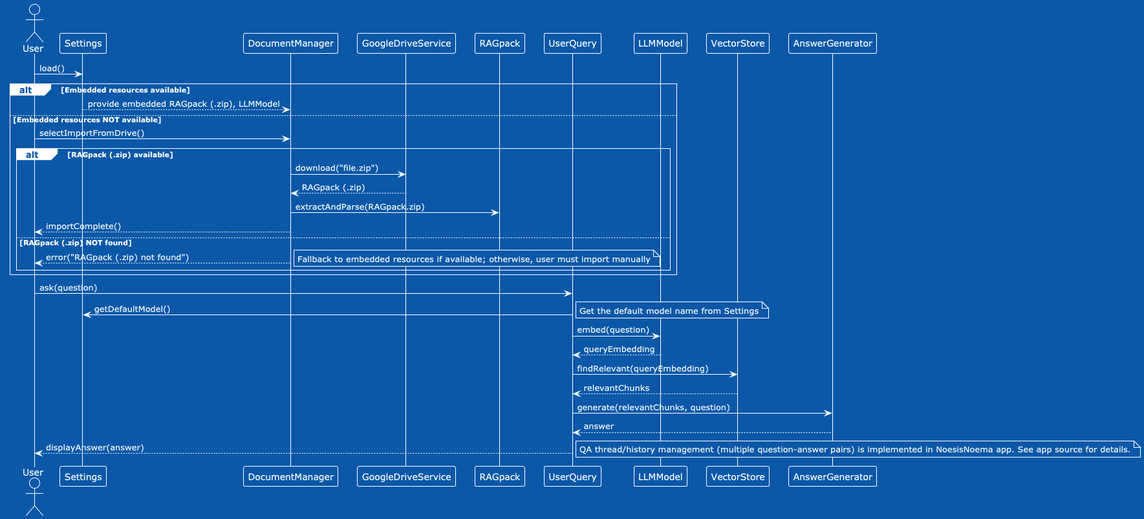
This is docs/assets/SequenceDiagram.png from raskolnikoff/RAGfish, a PlantUML export, as it was before one commit.
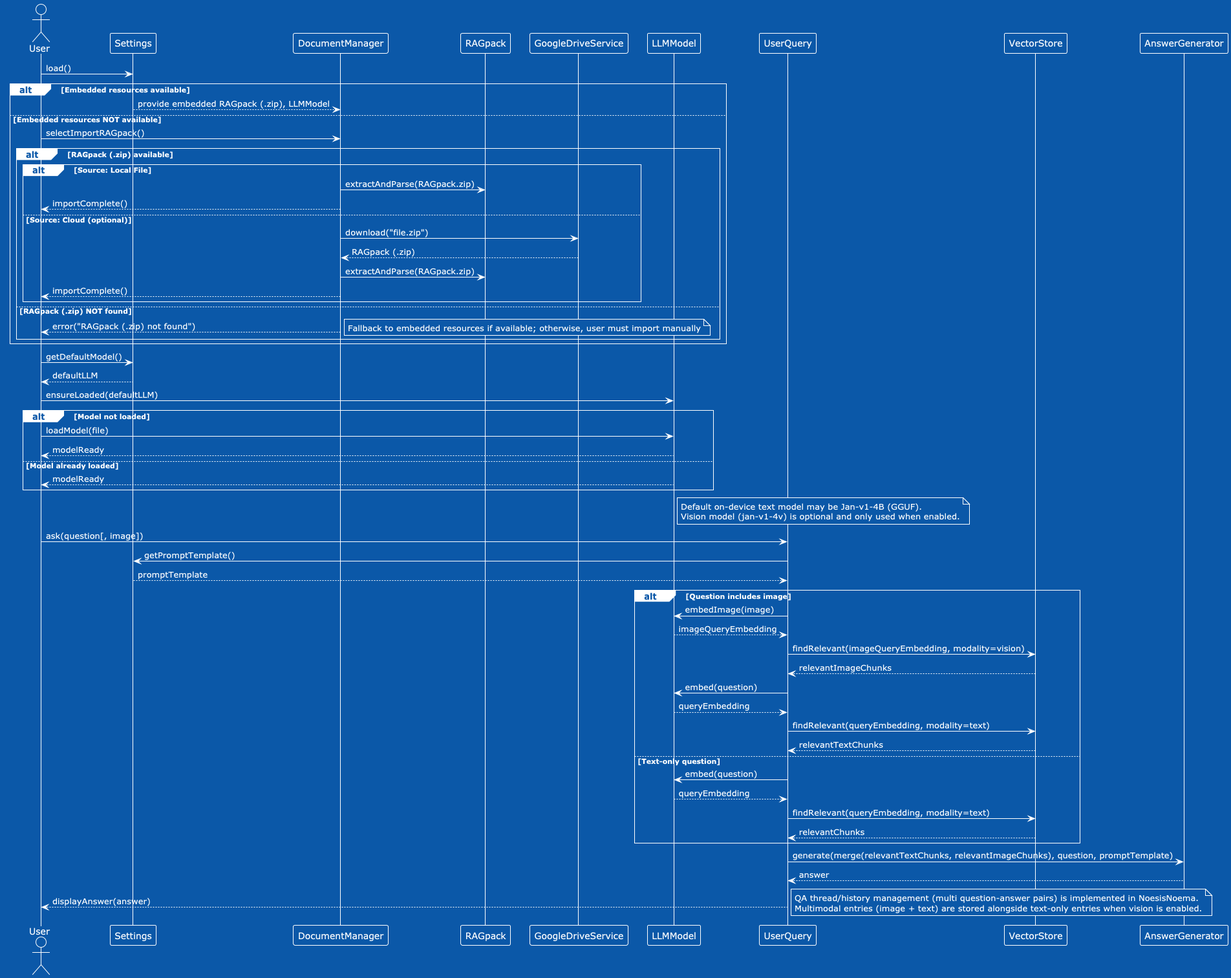
After the commit.

Change to the diagram source:
```diff
@@ -6,31 +6,63 @@
 alt Embedded resources available
     Settings --> DocumentManager : provide embedded RAGpack (.zip), LLMModel
 else Embedded resources NOT available
-    User -> DocumentManager : selectImportFromDrive()
+    User -> DocumentManager : selectImportRAGpack()
 
     alt RAGpack (.zip) available
-        DocumentManager -> GoogleDriveService : download("file.zip")
-        GoogleDriveService --> DocumentManager : RAGpack (.zip)
-        DocumentManager -> RAGpack : extractAndParse(RAGpack.zip)
-        DocumentManager --> User : importComplete()
+        alt Source: Local File
+            DocumentManager -> RAGpack : extractAndParse(RAGpack.zip)
+            DocumentManager --> User : importComplete()
+        else Source: Cloud (optional)
+            DocumentManager -> GoogleDriveService : download("file.zip")
+            GoogleDriveService --> DocumentManager : RAGpack (.zip)
+            DocumentManager -> RAGpack : extractAndParse(RAGpack.zip)
+            DocumentManager --> User : importComplete()
+        end
     else RAGpack (.zip) NOT found
         DocumentManager --> User : error("RAGpack (.zip) not found")
         note right: Fallback to embedded resources if available; otherwise, user must import manually
     end
 end
 
-User -> UserQuery : ask(question)
-UserQuery -> Settings : getDefaultModel()
-note right: Get the default model name from Settings
-UserQuery -> LLMModel : embed(question)
-LLMModel --> UserQuery : queryEmbedding
+User -> Settings : getDefaultModel()
+Settings --> User : defaultLLM
+User -> LLMModel : ensureLoaded(defaultLLM)
+alt Model not loaded
+    User -> LLMModel : loadModel(file)
+    LLMModel --> User : modelReady
+else Model already loaded
+    LLMModel --> User : modelReady
+end
+note right of LLMModel
+  Default on-device text model may be Jan‑v1‑4B (GGUF).
+  Vision model (jan‑v1‑4v) is optional and only used when enabled.
+end note
 
-UserQuery -> VectorStore : findRelevant(queryEmbedding)
-VectorStore --> UserQuery : relevantChunks
+User -> UserQuery : ask(question[, image])
+UserQuery -> Settings : getPromptTemplate()
+Settings --> UserQuery : promptTemplate
+alt Question includes image
+    UserQuery -> LLMModel : embedImage(image)
+    LLMModel --> UserQuery : imageQueryEmbedding
+    UserQuery -> VectorStore : findRelevant(imageQueryEmbedding, modality=vision)
+    VectorStore --> UserQuery : relevantImageChunks
+    UserQuery -> LLMModel : embed(question)
+    LLMModel --> UserQuery : queryEmbedding
+    UserQuery -> VectorStore : findRelevant(queryEmbedding, modality=text)
+    VectorStore --> UserQuery : relevantTextChunks
+else Text-only question
+    UserQuery -> LLMModel : embed(question)
+    LLMModel --> UserQuery : queryEmbedding
+    UserQuery -> VectorStore : findRelevant(queryEmbedding, modality=text)
+    VectorStore --> UserQuery : relevantChunks
+end
 
-UserQuery -> AnswerGenerator : generate(relevantChunks, question)
+UserQuery -> AnswerGenerator : generate(merge(relevantTextChunks, relevantImageChunks), question, promptTemplate)
 AnswerGenerator --> UserQuery : answer
 
 UserQuery --> User : displayAnswer(answer)
-note right: QA thread/history management (multiple question-answer pairs) is implemented in NoesisNoema app. See app source for details.
+note right
+  QA thread/history management (multi question-answer pairs) is implemented in NoesisNoema.
+  Multimodal entries (image + text) are stored alongside text-only entries when vision is enabled.
+end note
 @enduml
```
